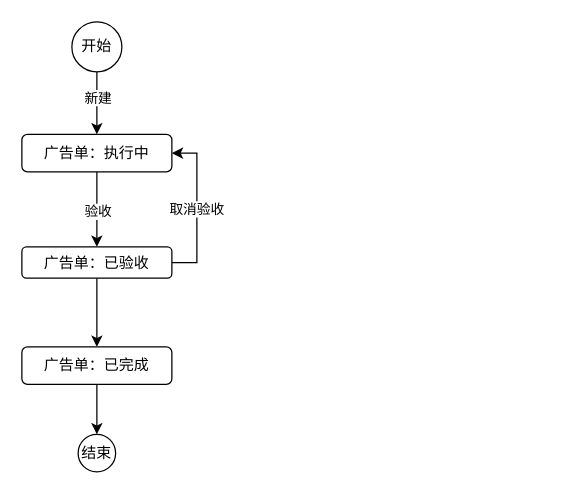
This is 流程.drawio from Lucreziacici/work-diary, a draw.io file, before an edit. Source tidied: cells renumbered, new cells numbered last; positions are measured from the earlier drawing's top-left corner, leaving out a move shared by most shapes. Both pictures are drawn from the tidied source at 125%, with x=0, y=0 at pixel (21, 21).
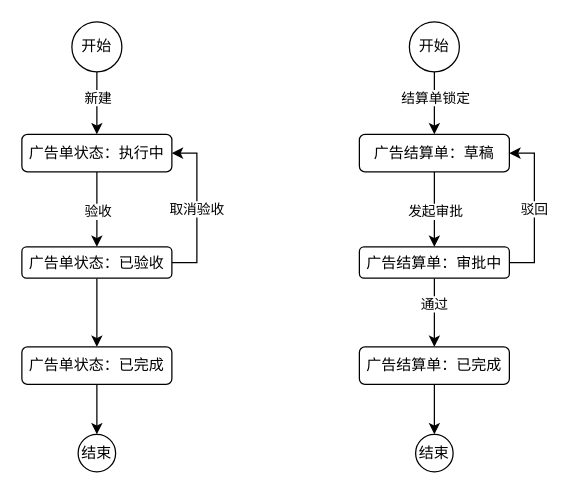
After the change.

What changed in the source:
```diff
@@
-    <mxCell id="7" value="广告单：执行中" style="rounded=1;whiteSpace=wrap;html=1;" parent="1" vertex="1">
+    <mxCell id="7" value="广告单状态：执行中" style="rounded=1;whiteSpace=wrap;html=1;" parent="1" vertex="1">
       <mxGeometry y="90" width="120" height="30" as="geometry" />
     </mxCell>
@@
-    <mxCell id="11" value="广告单：已验收" style="whiteSpace=wrap;html=1;rounded=1;" parent="1" vertex="1">
+    <mxCell id="11" value="广告单状态：已验收" style="whiteSpace=wrap;html=1;rounded=1;" parent="1" vertex="1">
       <mxGeometry y="180" width="120" height="25" as="geometry" />
     </mxCell>
@@
-    <mxCell id="13" value="广告单：已完成" style="whiteSpace=wrap;html=1;rounded=1;" parent="1" vertex="1">
+    <mxCell id="13" value="广告单状态：已完成" style="whiteSpace=wrap;html=1;rounded=1;" parent="1" vertex="1">
       <mxGeometry y="260" width="120" height="30" as="geometry" />
     </mxCell>
@@
+    <mxCell id="15" style="edgeStyle=orthogonalEdgeStyle;rounded=0;jettySize=auto;html=1;" parent="1" edge="1" source="17" target="20">
+      <mxGeometry relative="1" as="geometry" />
+    </mxCell>
+    <mxCell id="16" value="结算单锁定" style="edgeLabel;html=1;align=center;verticalAlign=middle;" parent="15" vertex="1">
+      <mxGeometry x="0.31" relative="1" as="geometry">
+        <mxPoint y="-13" as="offset" />
+      </mxGeometry>
+    </mxCell>
+    <mxCell id="17" value="开始" style="ellipse;whiteSpace=wrap;html=1;" parent="1" vertex="1">
+      <mxGeometry x="310" width="40" height="40" as="geometry" />
+    </mxCell>
+    <mxCell id="18" style="edgeStyle=orthogonalEdgeStyle;rounded=0;jettySize=auto;html=1;" parent="1" edge="1" source="20" target="25">
+      <mxGeometry relative="1" as="geometry" />
+    </mxCell>
+    <mxCell id="19" value="发起审批" style="edgeLabel;html=1;align=center;verticalAlign=middle;" parent="18" vertex="1">
+      <mxGeometry x="-0.25" relative="1" as="geometry">
+        <mxPoint y="8" as="offset" />
+      </mxGeometry>
+    </mxCell>
+    <mxCell id="20" value="广告结算单：草稿" style="rounded=1;whiteSpace=wrap;html=1;" parent="1" vertex="1">
+      <mxGeometry x="270" y="90" width="120" height="30" as="geometry" />
+    </mxCell>
+    <mxCell id="21" style="edgeStyle=orthogonalEdgeStyle;rounded=0;jettySize=auto;html=1;" parent="1" edge="1" source="25" target="27">
+      <mxGeometry relative="1" as="geometry" />
+    </mxCell>
+    <mxCell id="22" value="通过" style="edgeLabel;html=1;align=center;verticalAlign=middle;" parent="21" vertex="1">
+      <mxGeometry x="-0.28" y="-1" relative="1" as="geometry" />
+    </mxCell>
+    <mxCell id="23" style="edgeStyle=orthogonalEdgeStyle;rounded=0;jettySize=auto;html=1;entryX=1;entryY=0.5;entryDx=0;entryDy=0;" parent="1" edge="1" source="25" target="20">
+      <mxGeometry relative="1" as="geometry">
+        <Array as="points">
+          <mxPoint x="410" y="193" />
+          <mxPoint x="410" y="105" />
+        </Array>
+      </mxGeometry>
+    </mxCell>
+    <mxCell id="24" value="驳回" style="edgeLabel;html=1;align=center;verticalAlign=middle;" parent="23" vertex="1">
+      <mxGeometry x="-0.19" y="1" relative="1" as="geometry">
+        <mxPoint y="-11" as="offset" />
+      </mxGeometry>
+    </mxCell>
+    <mxCell id="25" value="广告结算单：审批中" style="whiteSpace=wrap;html=1;rounded=1;" parent="1" vertex="1">
+      <mxGeometry x="270" y="180" width="120" height="25" as="geometry" />
+    </mxCell>
+    <mxCell id="26" style="edgeStyle=orthogonalEdgeStyle;rounded=0;jettySize=auto;html=1;entryX=0.5;entryY=0;entryDx=0;entryDy=0;" parent="1" edge="1" source="27" target="28">
+      <mxGeometry relative="1" as="geometry" />
+    </mxCell>
+    <mxCell id="27" value="广告结算单：已完成" style="whiteSpace=wrap;html=1;rounded=1;" parent="1" vertex="1">
+      <mxGeometry x="270" y="260" width="120" height="30" as="geometry" />
+    </mxCell>
+    <mxCell id="28" value="结束" style="ellipse;whiteSpace=wrap;html=1;" parent="1" vertex="1">
+      <mxGeometry x="315" y="330" width="30" height="30" as="geometry" />
+    </mxCell>
```
